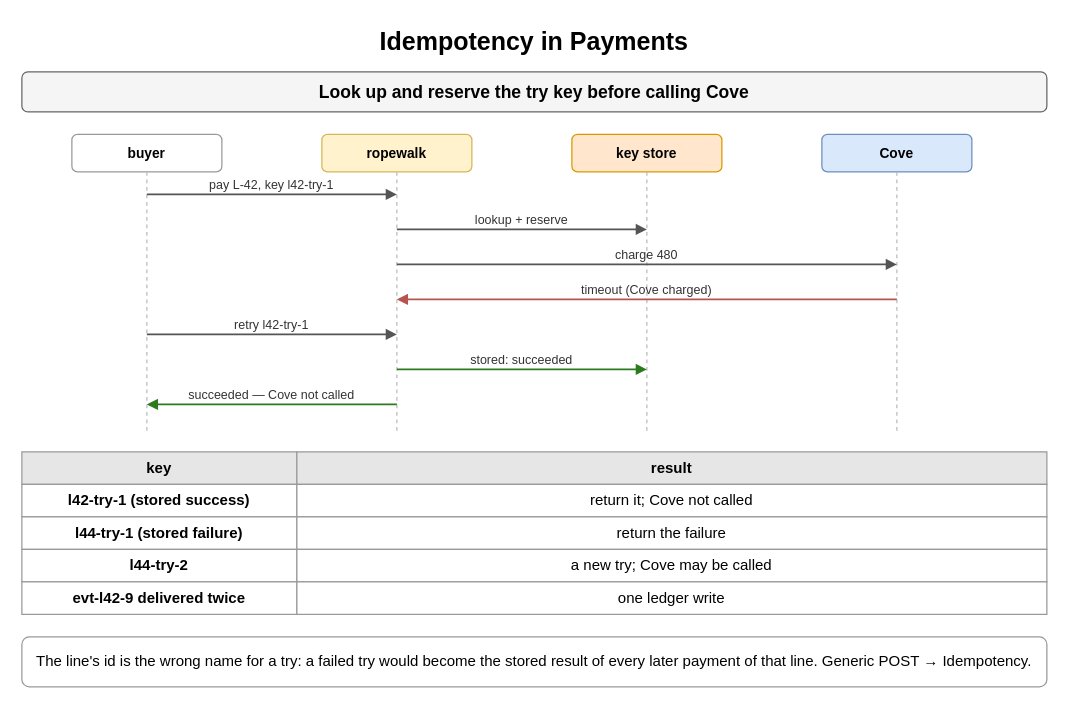
Before: page "Idempotency in Payments" (1 of 7) of content/09_System_Design_Interview/23_Payment_and_Financial_Systems/diagrams/payments.drawio in amendez13/swe-study-guide, a draw.io diagram. Source tidied: cells renumbered, new cells numbered last; positions are measured from the earlier drawing's top-left corner, leaving out a move shared by most shapes. Both pictures are drawn from the tidied source at 125%, with x=0, y=0 at pixel (21, 21).
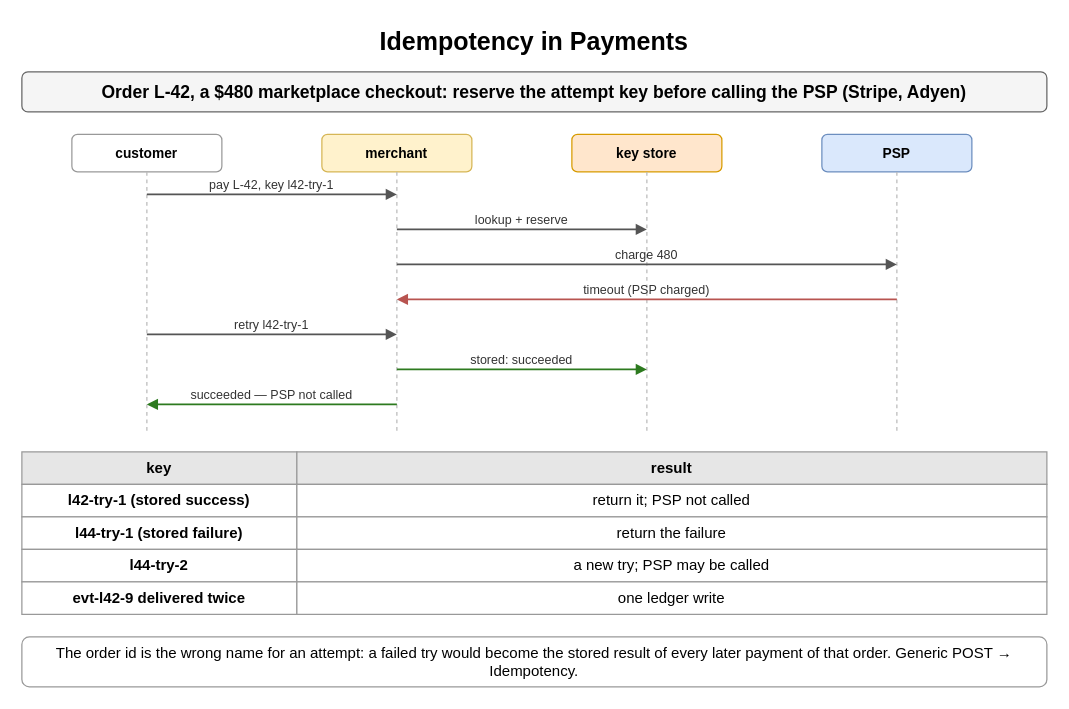
After the change.

What changed in the source:
```diff
@@
-    <mxCell id="3" value="Look up and reserve the try key before calling Cove" style="rounded=1;whiteSpace=wrap;html=1;fillColor=#f5f5f5;strokeColor=#666666;fontStyle=1;fontSize=14;" parent="1" vertex="1">
+    <mxCell id="3" value="Order L-42, a $480 marketplace checkout: reserve the attempt key before calling the PSP (Stripe, Adyen)" style="rounded=1;whiteSpace=wrap;html=1;fillColor=#f5f5f5;strokeColor=#666666;fontStyle=1;fontSize=14;" parent="1" vertex="1">
       <mxGeometry y="40" width="820" height="32" as="geometry" />
     </mxCell>
-    <mxCell id="4" value="buyer" style="rounded=1;whiteSpace=wrap;html=1;fillColor=#ffffff;strokeColor=#999999;fontSize=11;align=center;fontStyle=1;" parent="1" vertex="1">
+    <mxCell id="4" value="customer" style="rounded=1;whiteSpace=wrap;html=1;fillColor=#ffffff;strokeColor=#999999;fontSize=11;align=center;fontStyle=1;" parent="1" vertex="1">
       <mxGeometry x="40" y="90" width="120" height="30" as="geometry" />
     </mxCell>
-    <mxCell id="5" value="ropewalk" style="rounded=1;whiteSpace=wrap;html=1;fillColor=#fff2cc;strokeColor=#d6b656;fontSize=11;align=center;fontStyle=1;" parent="1" vertex="1">
+    <mxCell id="5" value="merchant" style="rounded=1;whiteSpace=wrap;html=1;fillColor=#fff2cc;strokeColor=#d6b656;fontSize=11;align=center;fontStyle=1;" parent="1" vertex="1">
       <mxGeometry x="240" y="90" width="120" height="30" as="geometry" />
     </mxCell>
@@
-    <mxCell id="7" value="Cove" style="rounded=1;whiteSpace=wrap;html=1;fillColor=#dae8fc;strokeColor=#6c8ebf;fontSize=11;align=center;fontStyle=1;" parent="1" vertex="1">
+    <mxCell id="7" value="PSP" style="rounded=1;whiteSpace=wrap;html=1;fillColor=#dae8fc;strokeColor=#6c8ebf;fontSize=11;align=center;fontStyle=1;" parent="1" vertex="1">
       <mxGeometry x="640" y="90" width="120" height="30" as="geometry" />
     </mxCell>
@@
-    <mxCell id="19" value="timeout (Cove charged)" style="text;html=1;whiteSpace=wrap;fontSize=11;align=center;verticalAlign=middle;fontSize=10;fontColor=#333333;" parent="1" vertex="1">
+    <mxCell id="19" value="timeout (PSP charged)" style="text;html=1;whiteSpace=wrap;fontSize=11;align=center;verticalAlign=middle;fontSize=10;fontColor=#333333;" parent="1" vertex="1">
       <mxGeometry x="304" y="206" width="392" height="15" as="geometry" />
     </mxCell>
@@
-    <mxCell id="25" value="succeeded — Cove not called" style="text;html=1;whiteSpace=wrap;fontSize=11;align=center;verticalAlign=middle;fontSize=10;fontColor=#333333;" parent="1" vertex="1">
+    <mxCell id="25" value="succeeded — PSP not called" style="text;html=1;whiteSpace=wrap;fontSize=11;align=center;verticalAlign=middle;fontSize=10;fontColor=#333333;" parent="1" vertex="1">
       <mxGeometry x="104" y="290" width="192" height="15" as="geometry" />
     </mxCell>
@@
-    <mxCell id="29" value="return it; Cove not called" style="whiteSpace=wrap;html=1;strokeColor=#999999;fontSize=12;fillColor=#ffffff;" parent="1" vertex="1">
+    <mxCell id="29" value="return it; PSP not called" style="whiteSpace=wrap;html=1;strokeColor=#999999;fontSize=12;fillColor=#ffffff;" parent="1" vertex="1">
       <mxGeometry x="220" y="370" width="600" height="26" as="geometry" />
     </mxCell>
@@
-    <mxCell id="33" value="a new try; Cove may be called" style="whiteSpace=wrap;html=1;strokeColor=#999999;fontSize=12;fillColor=#ffffff;" parent="1" vertex="1">
+    <mxCell id="33" value="a new try; PSP may be called" style="whiteSpace=wrap;html=1;strokeColor=#999999;fontSize=12;fillColor=#ffffff;" parent="1" vertex="1">
       <mxGeometry x="220" y="422" width="600" height="26" as="geometry" />
     </mxCell>
@@
-    <mxCell id="36" value="The line's id is the wrong name for a try: a failed try would become the stored result of every later payment of that line. Generic POST → Idempotency." style="rounded=1;whiteSpace=wrap;html=1;fillColor=#ffffff;strokeColor=#999999;fontSize=12;align=center;" parent="1" vertex="1">
+    <mxCell id="36" value="The order id is the wrong name for an attempt: a failed try would become the stored result of every later payment of that order. Generic POST → Idempotency." style="rounded=1;whiteSpace=wrap;html=1;fillColor=#ffffff;strokeColor=#999999;fontSize=12;align=center;" parent="1" vertex="1">
       <mxGeometry y="492" width="820" height="40" as="geometry" />
     </mxCell>
```
